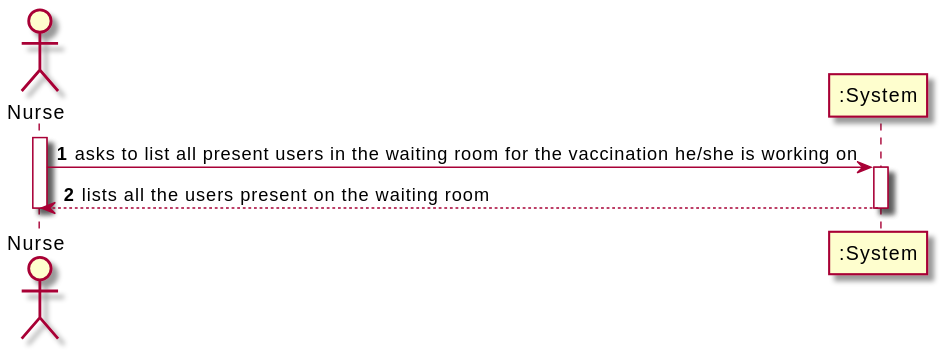
Earlier version of the PlantUML export docs/SprintC/US05/SSD/US05_SSD.svg (miseEnPlace-i/lapr2).
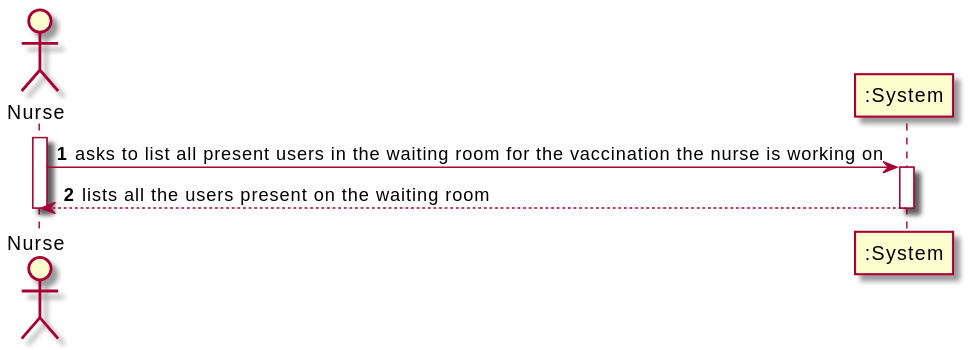
After the commit.

What changed in the source:
```diff
@@ -3,7 +3,7 @@
 actor "Nurse" as NURSE
 
 activate NURSE
-NURSE -> ":System" : asks to list all present users in the waiting room for the vaccination he/she is working on
+NURSE -> ":System" : asks to list all present users in the waiting room for the vaccination the nurse is working on
 activate ":System"
 ":System" --> NURSE : lists all the users present on the waiting room
 deactivate ":System"
```
